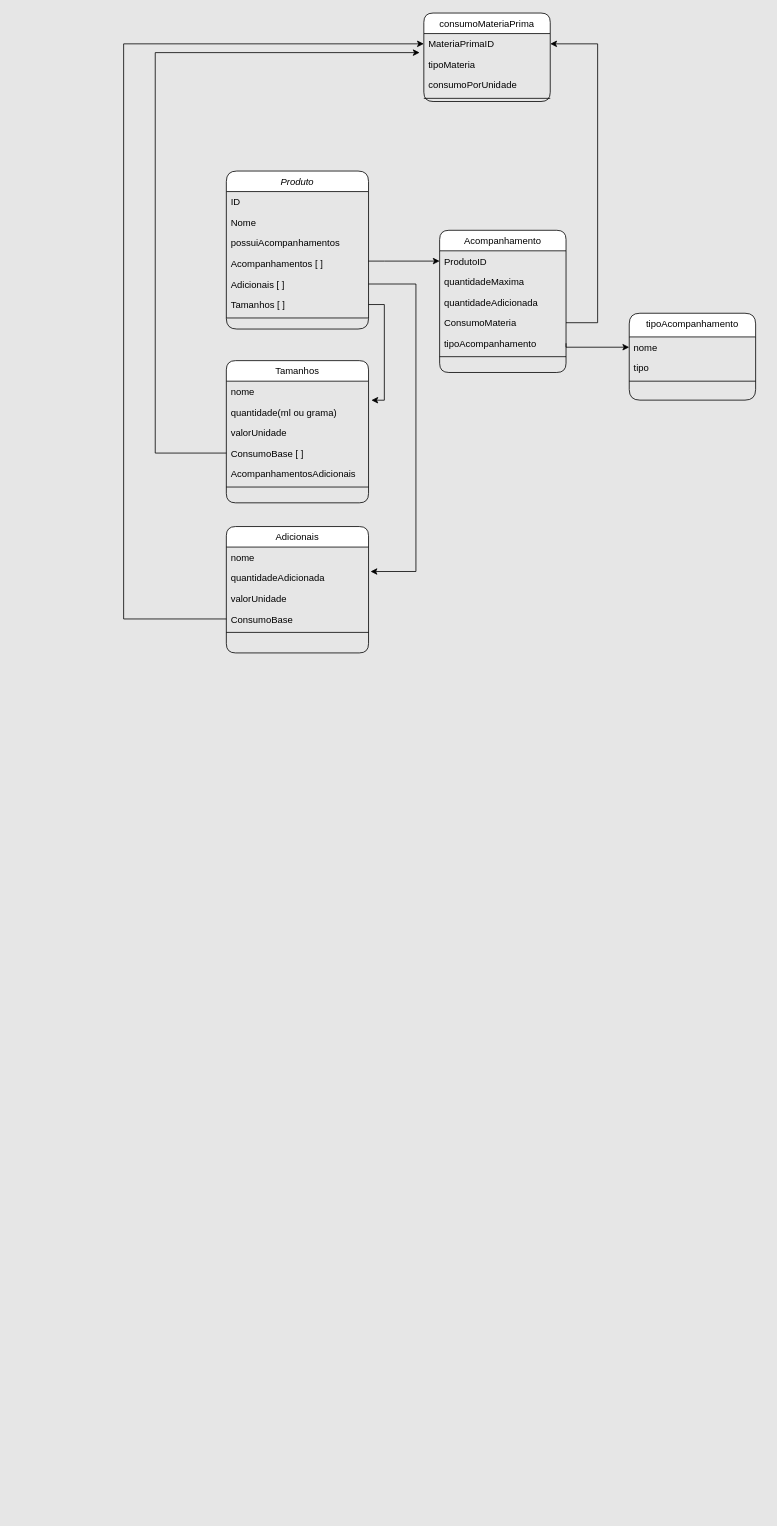
Earlier version of the draw.io diagram Diagrama sem nome.drawio (NicolasMirandannm/e-commerce-backend). Source tidied: cells renumbered, new cells numbered last; positions are measured from the earlier drawing's top-left corner, leaving out a move shared by most shapes. Both pictures are drawn from the tidied source at 79%, with x=0, y=0 at pixel (123, 13).
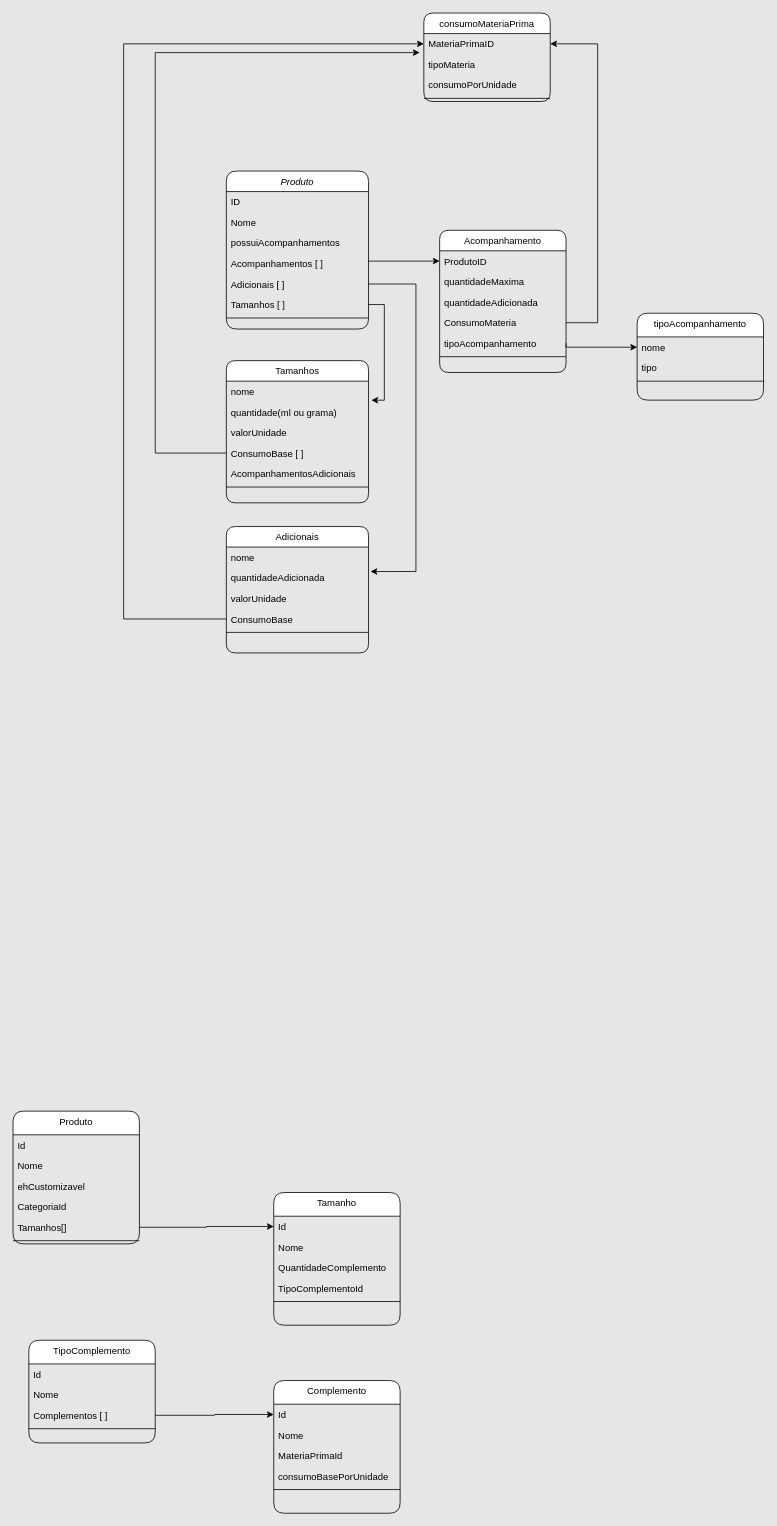
The same diagram, later.

Change to the diagram source:
```diff
@@
     <mxCell id="29" value="tipoAcompanhamento" style="swimlane;fontStyle=0;align=center;verticalAlign=top;horizontal=1;startSize=30;rounded=1;shadow=0;strokeWidth=1;labelBackgroundColor=none;" parent="1" vertex="1">
-      <mxGeometry x="640" y="380" width="160" height="110" as="geometry" />
+      <mxGeometry x="650" y="380" width="160" height="110" as="geometry" />
     </mxCell>
@@
+    <mxCell id="46" value="Produto" style="swimlane;fontStyle=0;align=center;verticalAlign=top;horizontal=1;startSize=30;rounded=1;shadow=0;strokeWidth=1;labelBackgroundColor=none;" parent="1" vertex="1">
+      <mxGeometry x="-140" y="1390" width="160" height="168" as="geometry" />
+    </mxCell>
+    <mxCell id="47" value="Id" style="text;align=left;verticalAlign=top;spacingLeft=4;spacingRight=4;overflow=hidden;labelBackgroundColor=none;rounded=1;" parent="46" vertex="1">
+      <mxGeometry y="30" width="160" height="26" as="geometry" />
+    </mxCell>
+    <mxCell id="48" value="Nome" style="text;align=left;verticalAlign=top;spacingLeft=4;spacingRight=4;overflow=hidden;labelBackgroundColor=none;rounded=1;" parent="46" vertex="1">
+      <mxGeometry y="56" width="160" height="26" as="geometry" />
+    </mxCell>
+    <mxCell id="49" value="ehCustomizavel" style="text;align=left;verticalAlign=top;spacingLeft=4;spacingRight=4;overflow=hidden;rounded=1;shadow=0;html=0;labelBackgroundColor=none;" parent="46" vertex="1">
+      <mxGeometry y="82" width="160" height="26" as="geometry" />
+    </mxCell>
+    <mxCell id="50" value="CategoriaId" style="text;align=left;verticalAlign=top;spacingLeft=4;spacingRight=4;overflow=hidden;rounded=1;shadow=0;html=0;labelBackgroundColor=none;" parent="46" vertex="1">
+      <mxGeometry y="108" width="160" height="26" as="geometry" />
+    </mxCell>
+    <mxCell id="51" value="Tamanhos[]" style="text;align=left;verticalAlign=top;spacingLeft=4;spacingRight=4;overflow=hidden;points=[[0,0.5],[1,0.5]];portConstraint=eastwest;labelBackgroundColor=none;rounded=1;" parent="46" vertex="1">
+      <mxGeometry y="134" width="160" height="26" as="geometry" />
+    </mxCell>
+    <mxCell id="52" style="line;html=1;strokeWidth=1;align=left;verticalAlign=middle;spacingTop=-1;spacingLeft=3;spacingRight=3;labelPosition=right;labelBackgroundColor=none;rounded=1;" parent="46" vertex="1">
+      <mxGeometry y="160" width="160" height="8" as="geometry" />
+    </mxCell>
+    <mxCell id="53" value="Tamanho" style="swimlane;fontStyle=0;align=center;verticalAlign=top;horizontal=1;startSize=30;rounded=1;shadow=0;strokeWidth=1;labelBackgroundColor=none;" parent="1" vertex="1">
+      <mxGeometry x="190" y="1493" width="160" height="168" as="geometry" />
+    </mxCell>
+    <mxCell id="54" value="Id" style="text;align=left;verticalAlign=top;spacingLeft=4;spacingRight=4;overflow=hidden;points=[[0,0.5],[1,0.5]];portConstraint=eastwest;labelBackgroundColor=none;rounded=1;" parent="53" vertex="1">
+      <mxGeometry y="30" width="160" height="26" as="geometry" />
+    </mxCell>
+    <mxCell id="55" value="Nome" style="text;align=left;verticalAlign=top;spacingLeft=4;spacingRight=4;overflow=hidden;labelBackgroundColor=none;rounded=1;" parent="53" vertex="1">
+      <mxGeometry y="56" width="160" height="26" as="geometry" />
+    </mxCell>
+    <mxCell id="56" value="QuantidadeComplemento&#10;" style="text;align=left;verticalAlign=top;spacingLeft=4;spacingRight=4;overflow=hidden;rounded=1;shadow=0;html=0;labelBackgroundColor=none;" parent="53" vertex="1">
+      <mxGeometry y="82" width="160" height="26" as="geometry" />
+    </mxCell>
+    <mxCell id="57" value="TipoComplementoId" style="text;align=left;verticalAlign=top;spacingLeft=4;spacingRight=4;overflow=hidden;rounded=1;shadow=0;html=0;labelBackgroundColor=none;" parent="53" vertex="1">
+      <mxGeometry y="108" width="160" height="26" as="geometry" />
+    </mxCell>
+    <mxCell id="58" style="line;html=1;strokeWidth=1;align=left;verticalAlign=middle;spacingTop=-1;spacingLeft=3;spacingRight=3;labelPosition=right;labelBackgroundColor=none;rounded=1;" parent="53" vertex="1">
+      <mxGeometry y="134" width="160" height="8" as="geometry" />
+    </mxCell>
+    <mxCell id="59" value="Complemento" style="swimlane;fontStyle=0;align=center;verticalAlign=top;horizontal=1;startSize=30;rounded=1;shadow=0;strokeWidth=1;labelBackgroundColor=none;" parent="1" vertex="1">
+      <mxGeometry x="190" y="1731" width="160" height="168" as="geometry" />
+    </mxCell>
+    <mxCell id="60" value="Id" style="text;align=left;verticalAlign=top;spacingLeft=4;spacingRight=4;overflow=hidden;points=[[0,0.5],[1,0.5]];portConstraint=eastwest;labelBackgroundColor=none;rounded=1;" parent="59" vertex="1">
+      <mxGeometry y="30" width="160" height="26" as="geometry" />
+    </mxCell>
+    <mxCell id="61" value="Nome" style="text;align=left;verticalAlign=top;spacingLeft=4;spacingRight=4;overflow=hidden;labelBackgroundColor=none;rounded=1;" parent="59" vertex="1">
+      <mxGeometry y="56" width="160" height="26" as="geometry" />
+    </mxCell>
+    <mxCell id="62" value="MateriaPrimaId&#10;" style="text;align=left;verticalAlign=top;spacingLeft=4;spacingRight=4;overflow=hidden;rounded=1;shadow=0;html=0;labelBackgroundColor=none;" parent="59" vertex="1">
+      <mxGeometry y="82" width="160" height="26" as="geometry" />
+    </mxCell>
+    <mxCell id="63" value="consumoBasePorUnidade" style="text;align=left;verticalAlign=top;spacingLeft=4;spacingRight=4;overflow=hidden;rounded=1;shadow=0;html=0;labelBackgroundColor=none;" parent="59" vertex="1">
+      <mxGeometry y="108" width="160" height="26" as="geometry" />
+    </mxCell>
+    <mxCell id="64" style="line;html=1;strokeWidth=1;align=left;verticalAlign=middle;spacingTop=-1;spacingLeft=3;spacingRight=3;labelPosition=right;labelBackgroundColor=none;rounded=1;" parent="59" vertex="1">
+      <mxGeometry y="134" width="160" height="8" as="geometry" />
+    </mxCell>
+    <mxCell id="65" value="TipoComplemento" style="swimlane;fontStyle=0;align=center;verticalAlign=top;horizontal=1;startSize=30;rounded=1;shadow=0;strokeWidth=1;labelBackgroundColor=none;" parent="1" vertex="1">
+      <mxGeometry x="-120" y="1680" width="160" height="130" as="geometry" />
+    </mxCell>
+    <mxCell id="66" value="Id" style="text;align=left;verticalAlign=top;spacingLeft=4;spacingRight=4;overflow=hidden;labelBackgroundColor=none;rounded=1;" parent="65" vertex="1">
+      <mxGeometry y="30" width="160" height="26" as="geometry" />
+    </mxCell>
+    <mxCell id="67" value="Nome" style="text;align=left;verticalAlign=top;spacingLeft=4;spacingRight=4;overflow=hidden;labelBackgroundColor=none;rounded=1;" parent="65" vertex="1">
+      <mxGeometry y="56" width="160" height="26" as="geometry" />
+    </mxCell>
+    <mxCell id="68" value="Complementos [ ]" style="text;align=left;verticalAlign=top;spacingLeft=4;spacingRight=4;overflow=hidden;points=[[0,0.5],[1,0.5]];portConstraint=eastwest;rounded=1;shadow=0;html=0;labelBackgroundColor=none;" parent="65" vertex="1">
+      <mxGeometry y="82" width="160" height="26" as="geometry" />
+    </mxCell>
+    <mxCell id="69" style="line;html=1;strokeWidth=1;align=left;verticalAlign=middle;spacingTop=-1;spacingLeft=3;spacingRight=3;labelPosition=right;labelBackgroundColor=none;rounded=1;" parent="65" vertex="1">
+      <mxGeometry y="108" width="160" height="8" as="geometry" />
+    </mxCell>
+    <mxCell id="70" style="edgeStyle=orthogonalEdgeStyle;rounded=0;jettySize=auto;html=1;exitX=1;exitY=0.5;exitDx=0;exitDy=0;entryX=0;entryY=0.5;entryDx=0;entryDy=0;" parent="1" edge="1" source="51" target="54">
+      <mxGeometry relative="1" as="geometry" />
+    </mxCell>
+    <mxCell id="71" style="edgeStyle=orthogonalEdgeStyle;rounded=0;jettySize=auto;html=1;entryX=0;entryY=0.5;entryDx=0;entryDy=0;" parent="1" edge="1" source="68" target="60">
+      <mxGeometry relative="1" as="geometry" />
+    </mxCell>
```
